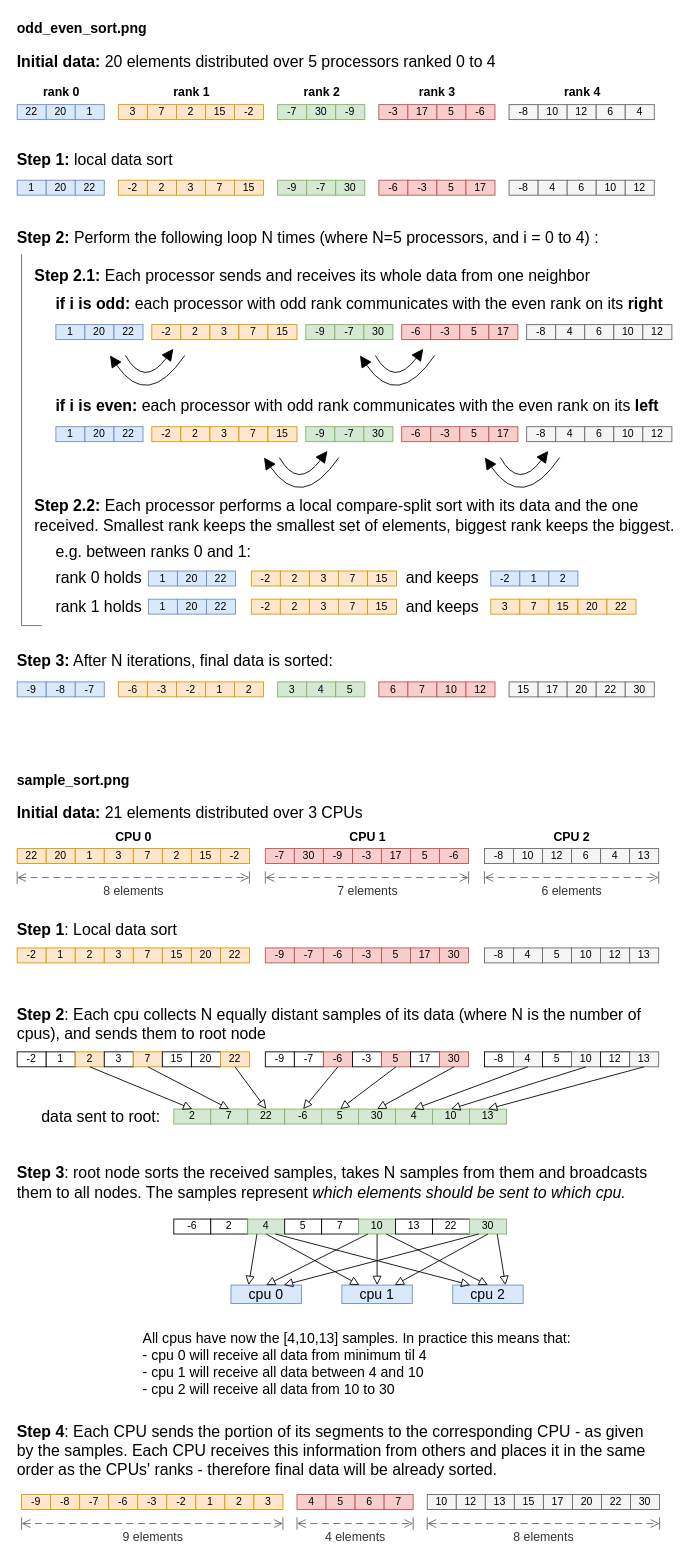
The draw.io diagram assets/distributed-sort/distributed-sort.drawio in brunomaga/brunomaga.github.io, before the edit. Source tidied: cells renumbered, new cells numbered last; positions are measured from the earlier drawing's top-left corner, leaving out a move shared by most shapes. Both pictures are drawn from the tidied source at 88%, with x=0, y=0 at pixel (15, 15).
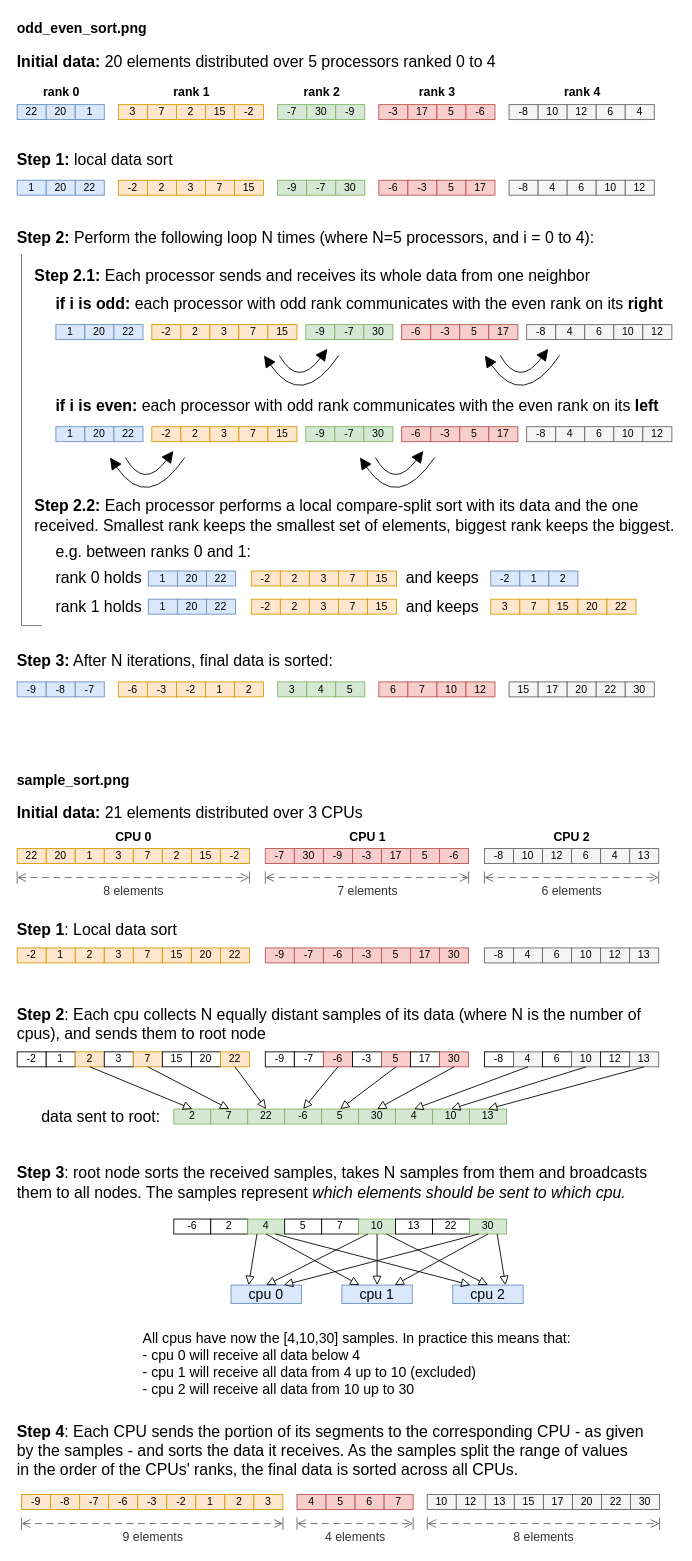
After the change.

The change refers to these unchanged cells:
```xml
<mxCell id="3" style="group;" parent="1" vertex="1">
  <mxGeometry y="40" width="751.1" height="734.4" as="geometry" />
</mxCell>
<mxCell id="156" style="group;" parent="1" vertex="1">
  <mxGeometry y="894.4" width="732" height="845" as="geometry" />
</mxCell>
```

What changed in the source:
```diff
@@
-    <mxCell id="51" value="&lt;b&gt;Step 2:&lt;/b&gt; Perform the following loop N times (where N=5 processors, and i = 0 to 4) :" style="text;html=1;whiteSpace=nowrap;align=left;verticalAlign=middle;fontSize=18;" parent="3" vertex="1">
+    <mxCell id="51" value="&lt;b&gt;Step 2:&lt;/b&gt; Perform the following loop N times (where N=5 processors, and i = 0 to 4):" style="text;html=1;whiteSpace=nowrap;align=left;verticalAlign=middle;fontSize=18;" parent="3" vertex="1">
       <mxGeometry y="200" width="665.5" height="26" as="geometry" />
     </mxCell>
@@
     <mxCell id="74" style="endArrow=block;startArrow=none;html=1;rounded=0;strokeColor=#000000;strokeWidth=1;fontSize=12;curved=1;endFill=1;endSize=11;" parent="3" edge="1">
       <mxGeometry relative="1" as="geometry">
-        <mxPoint x="125" y="346.4" as="sourcePoint" />
-        <mxPoint x="179.5" y="338.9" as="targetPoint" />
+        <mxPoint x="125" y="462.4" as="sourcePoint" />
+        <mxPoint x="179.5" y="454.9" as="targetPoint" />
         <Array as="points">
-          <mxPoint x="146" y="383.4" />
+          <mxPoint x="146" y="499.4" />
         </Array>
       </mxGeometry>
     </mxCell>
     <mxCell id="75" style="endArrow=block;startArrow=none;html=1;rounded=0;strokeColor=#000000;strokeWidth=1;fontSize=12;curved=1;endFill=1;endSize=11;" parent="3" edge="1">
       <mxGeometry relative="1" as="geometry">
-        <mxPoint x="192.5" y="346.4" as="sourcePoint" />
-        <mxPoint x="107.5" y="346.4" as="targetPoint" />
+        <mxPoint x="192.5" y="462.4" as="sourcePoint" />
+        <mxPoint x="107.5" y="462.4" as="targetPoint" />
         <Array as="points">
-          <mxPoint x="150" y="408.4" />
+          <mxPoint x="150" y="524.4" />
         </Array>
       </mxGeometry>
     </mxCell>
     <mxCell id="76" style="endArrow=block;startArrow=none;html=1;rounded=0;strokeColor=#000000;strokeWidth=1;fontSize=12;curved=1;endFill=1;endSize=11;" parent="3" edge="1">
       <mxGeometry relative="1" as="geometry">
-        <mxPoint x="409" y="346.4" as="sourcePoint" />
-        <mxPoint x="463.5" y="338.9" as="targetPoint" />
+        <mxPoint x="409" y="462.4" as="sourcePoint" />
+        <mxPoint x="463.5" y="454.9" as="targetPoint" />
         <Array as="points">
-          <mxPoint x="430" y="383.4" />
+          <mxPoint x="430" y="499.4" />
         </Array>
       </mxGeometry>
     </mxCell>
     <mxCell id="77" style="endArrow=block;startArrow=none;html=1;rounded=0;strokeColor=#000000;strokeWidth=1;fontSize=12;curved=1;endFill=1;endSize=11;" parent="3" edge="1">
       <mxGeometry relative="1" as="geometry">
-        <mxPoint x="476.5" y="346.4" as="sourcePoint" />
-        <mxPoint x="391.5" y="346.4" as="targetPoint" />
+        <mxPoint x="476.5" y="462.4" as="sourcePoint" />
+        <mxPoint x="391.5" y="462.4" as="targetPoint" />
         <Array as="points">
-          <mxPoint x="434" y="408.4" />
+          <mxPoint x="434" y="524.4" />
         </Array>
       </mxGeometry>
     </mxCell>
@@
     <mxCell id="99" style="endArrow=block;startArrow=none;html=1;rounded=0;strokeColor=#000000;strokeWidth=1;fontSize=12;curved=1;endFill=1;endSize=11;" parent="3" edge="1">
       <mxGeometry relative="1" as="geometry">
-        <mxPoint x="300" y="462.4" as="sourcePoint" />
-        <mxPoint x="354.5" y="454.9" as="targetPoint" />
+        <mxPoint x="300" y="346.4" as="sourcePoint" />
+        <mxPoint x="354.5" y="338.9" as="targetPoint" />
         <Array as="points">
-          <mxPoint x="321" y="499.4" />
+          <mxPoint x="321" y="383.4" />
         </Array>
       </mxGeometry>
     </mxCell>
     <mxCell id="100" style="endArrow=block;startArrow=none;html=1;rounded=0;strokeColor=#000000;strokeWidth=1;fontSize=12;curved=1;endFill=1;endSize=11;" parent="3" edge="1">
       <mxGeometry relative="1" as="geometry">
-        <mxPoint x="367.5" y="462.4" as="sourcePoint" />
-        <mxPoint x="282.5" y="462.4" as="targetPoint" />
+        <mxPoint x="367.5" y="346.4" as="sourcePoint" />
+        <mxPoint x="282.5" y="346.4" as="targetPoint" />
         <Array as="points">
-          <mxPoint x="325" y="524.4" />
+          <mxPoint x="325" y="408.4" />
         </Array>
       </mxGeometry>
     </mxCell>
     <mxCell id="101" style="endArrow=block;startArrow=none;html=1;rounded=0;strokeColor=#000000;strokeWidth=1;fontSize=12;curved=1;endFill=1;endSize=11;" parent="3" edge="1">
       <mxGeometry relative="1" as="geometry">
-        <mxPoint x="551" y="462.4" as="sourcePoint" />
-        <mxPoint x="605.5" y="454.9" as="targetPoint" />
+        <mxPoint x="551" y="346.4" as="sourcePoint" />
+        <mxPoint x="605.5" y="338.9" as="targetPoint" />
         <Array as="points">
-          <mxPoint x="572" y="499.4" />
+          <mxPoint x="572" y="383.4" />
         </Array>
       </mxGeometry>
     </mxCell>
     <mxCell id="102" style="endArrow=block;startArrow=none;html=1;rounded=0;strokeColor=#000000;strokeWidth=1;fontSize=12;curved=1;endFill=1;endSize=11;" parent="3" edge="1">
       <mxGeometry relative="1" as="geometry">
-        <mxPoint x="618.5" y="462.4" as="sourcePoint" />
-        <mxPoint x="533.5" y="462.4" as="targetPoint" />
+        <mxPoint x="618.5" y="346.4" as="sourcePoint" />
+        <mxPoint x="533.5" y="346.4" as="targetPoint" />
         <Array as="points">
-          <mxPoint x="576" y="524.4" />
+          <mxPoint x="576" y="408.4" />
         </Array>
       </mxGeometry>
     </mxCell>
@@
-    <mxCell id="218" value="5" style="rounded=0;whiteSpace=wrap;html=1;fillColor=#f5f5f5;strokeColor=#666666;fontSize=12;" parent="156" vertex="1">
+    <mxCell id="218" value="6" style="rounded=0;whiteSpace=wrap;html=1;fillColor=#f5f5f5;strokeColor=#666666;fontSize=12;" parent="156" vertex="1">
       <mxGeometry x="599" y="165.3" width="33" height="17" as="geometry" />
     </mxCell>
@@
-    <mxCell id="240" value="5" style="rounded=0;whiteSpace=wrap;html=1;fillColor=#ffffff;strokeColor=#000000;fontSize=12;" parent="156" vertex="1">
+    <mxCell id="240" value="6" style="rounded=0;whiteSpace=wrap;html=1;fillColor=#ffffff;strokeColor=#000000;fontSize=12;" parent="156" vertex="1">
       <mxGeometry x="599" y="283.4" width="33" height="17" as="geometry" />
     </mxCell>
@@
-    <mxCell id="285" value="All cpus have now the [4,10,13] samples. In practice this means that:&lt;br&gt;- cpu 0 will receive all data from minimum til 4&lt;br&gt;- cpu 1 will receive all data between 4 and 10&lt;br&gt;- cpu 2 will receive all data from 10 to 30" style="text;html=1;whiteSpace=nowrap;align=left;verticalAlign=middle;fontSize=16;" parent="156" vertex="1">
+    <mxCell id="285" value="All cpus have now the [4,10,30] samples. In practice this means that:&lt;br&gt;- cpu 0 will receive all data below 4&lt;br&gt;- cpu 1 will receive all data from 4 up to 10 (excluded)&lt;br&gt;- cpu 2 will receive all data from 10 up to 30" style="text;html=1;whiteSpace=nowrap;align=left;verticalAlign=middle;fontSize=16;" parent="156" vertex="1">
       <mxGeometry x="143" y="596.6" width="490.9" height="81" as="geometry" />
     </mxCell>
-    <mxCell id="286" value="&lt;b&gt;Step 4&lt;/b&gt;: Each CPU sends the portion of its segments to the corresponding CPU  - as given&lt;br&gt;by the samples. Each CPU receives this information from others and places it in the same&lt;br&gt;order as the CPUs' ranks - therefore final data will be already sorted." style="text;html=1;whiteSpace=nowrap;align=left;verticalAlign=middle;fontSize=18;" parent="156" vertex="1">
+    <mxCell id="286" value="&lt;b&gt;Step 4&lt;/b&gt;: Each CPU sends the portion of its segments to the corresponding CPU - as given&lt;br&gt;by the samples - and sorts the data it receives. As the samples split the range of values&lt;br&gt;in the order of the CPUs' ranks, the final data is sorted across all CPUs." style="text;html=1;whiteSpace=nowrap;align=left;verticalAlign=middle;fontSize=18;" parent="156" vertex="1">
       <mxGeometry y="703.1" width="721.5" height="69" as="geometry" />
     </mxCell>
```
